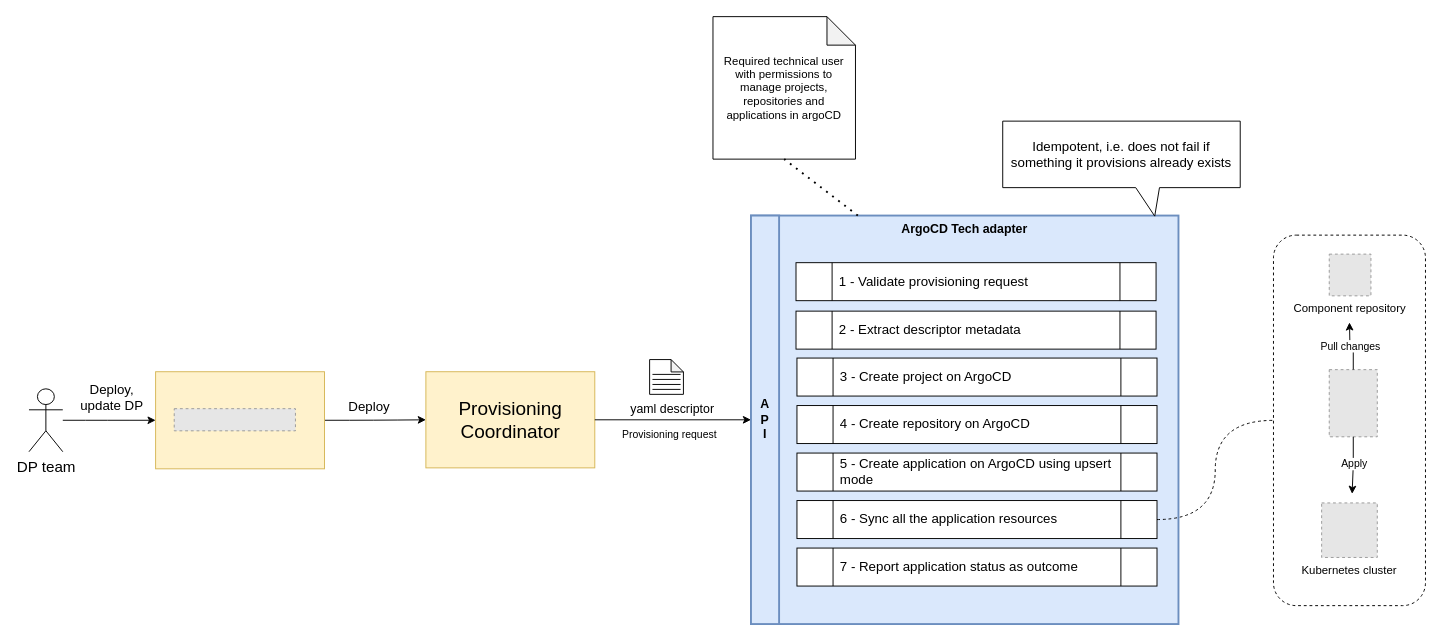
The draw.io diagram page "Provisioning" (1 of 2) of docs/HLD.drawio in agile-lab-dev/witboost-argocd-tech-adapter, before the edit. Source tidied: cells renumbered, new cells numbered last; positions are measured from the earlier drawing's top-left corner, leaving out a move shared by most shapes. Both pictures are drawn from the tidied source at 95%, with x=0, y=0 at pixel (28, 16). Pictures stored in the file or linked from it are replaced by grey dashed boxes.
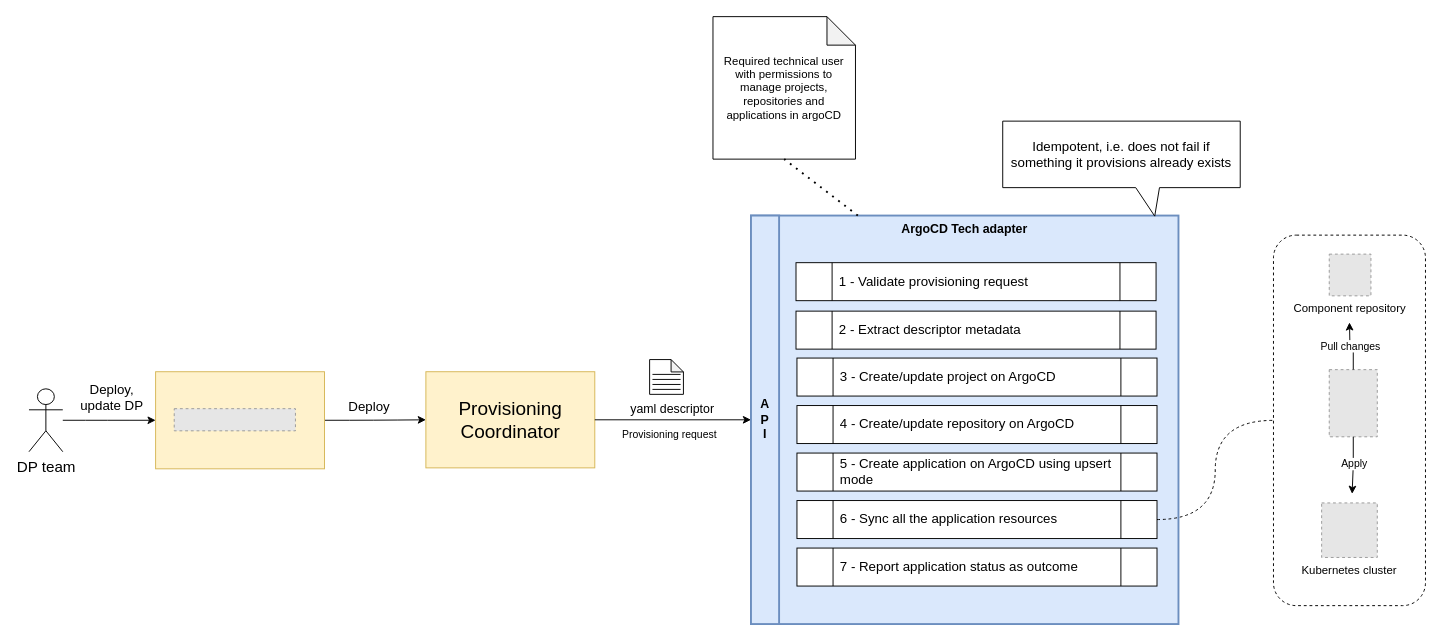
The same page after the edit.

Unchanged cells that the change refers to:
```xml
<mxCell id="2" style="group;" parent="1" vertex="1">
  <mxGeometry x="760" y="209.4" width="450" height="430" as="geometry" />
</mxCell>
```

Change to the diagram source:
```diff
@@
-<mxGraphModel>
+<mxGraphModel background="#ffffff">
@@
-    <mxCell id="8" value="4 - Create repository on ArgoCD" style="shape=process;whiteSpace=wrap;html=1;backgroundOutline=1;align=left;fontSize=14;spacingLeft=6;" parent="2" vertex="1">
+    <mxCell id="8" value="4 - Create/update repository on ArgoCD" style="shape=process;whiteSpace=wrap;html=1;backgroundOutline=1;align=left;fontSize=14;spacingLeft=6;" parent="2" vertex="1">
       <mxGeometry x="48.4" y="200" width="379" height="40" as="geometry" />
     </mxCell>
-    <mxCell id="9" value="3 - Create project on ArgoCD" style="shape=process;whiteSpace=wrap;html=1;backgroundOutline=1;align=left;fontSize=14;spacingLeft=6;" parent="2" vertex="1">
+    <mxCell id="9" value="3 - Create/update project on ArgoCD" style="shape=process;whiteSpace=wrap;html=1;backgroundOutline=1;align=left;fontSize=14;spacingLeft=6;" parent="2" vertex="1">
       <mxGeometry x="48.4" y="150" width="379" height="40" as="geometry" />
     </mxCell>
```
